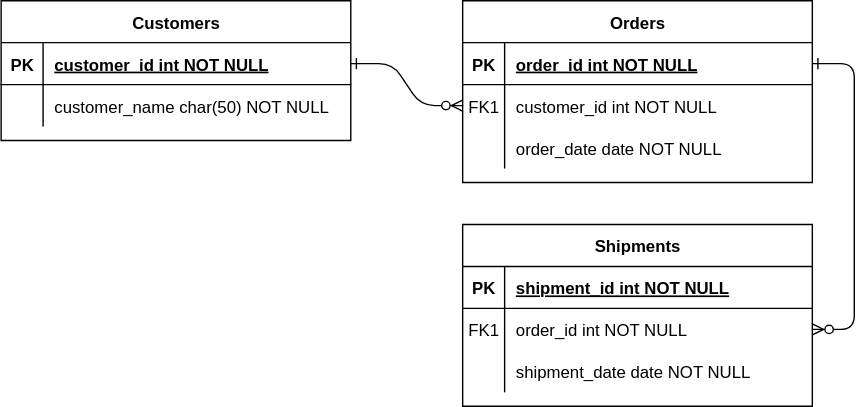
This is DB_diagram.drawio.svg from 5r6t/3D-printing-orders-manager, a draw.io export, as it was before one commit. Source tidied: cells renumbered, new cells last; positions are measured from the earlier drawing's top-left corner, leaving out a move shared by most shapes.
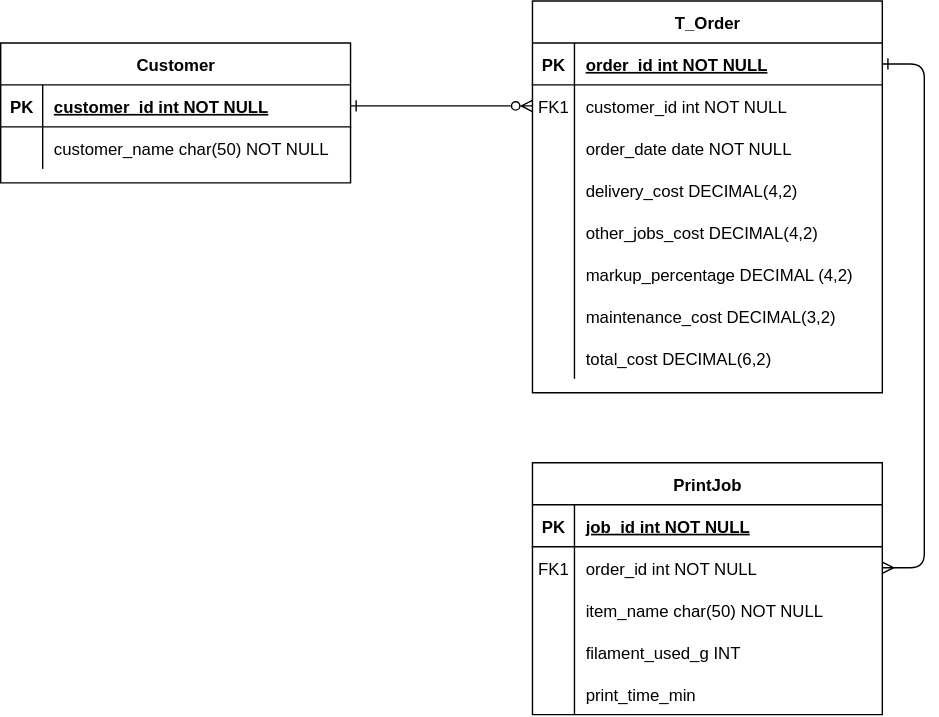
Above is the later version.

What changed in the source:
```diff
@@ -2,14 +2,14 @@
   <root>
     <mxCell id="0" />
     <mxCell id="1" parent="0" />
-    <mxCell id="2" style="edgeStyle=entityRelationEdgeStyle;endArrow=ERzeroToMany;startArrow=ERone;endFill=1;startFill=0;" parent="1" edge="1" source="25" target="8">
+    <mxCell id="2" style="edgeStyle=entityRelationEdgeStyle;endArrow=ERzeroToMany;startArrow=ERone;endFill=0;startFill=0;" parent="1" edge="1" source="25" target="8">
       <mxGeometry relative="1" as="geometry" />
     </mxCell>
-    <mxCell id="3" style="edgeStyle=entityRelationEdgeStyle;endArrow=ERzeroToMany;startArrow=ERone;endFill=1;startFill=0;" parent="1" edge="1" source="5" target="18">
+    <mxCell id="3" style="edgeStyle=entityRelationEdgeStyle;endArrow=ERmany;startArrow=ERone;endFill=0;startFill=0;" parent="1" edge="1" source="5" target="18">
       <mxGeometry relative="1" as="geometry" />
     </mxCell>
-    <mxCell id="4" value="Orders" style="shape=table;startSize=30;rowLines=0;fontStyle=1;align=center;" parent="1" vertex="1">
-      <mxGeometry x="330" width="250" height="130" as="geometry" />
+    <mxCell id="4" value="T_Order" style="shape=table;startSize=30;rowLines=0;fontStyle=1;align=center;" parent="1" vertex="1">
+      <mxGeometry x="320" y="-80" width="250" height="280" as="geometry" />
     </mxCell>
     <mxCell id="5" style="shape=partialRectangle;fillColor=none;points=[[0,0.5],[1,0.5]];portConstraint=eastwest;top=0;left=0;right=0;bottom=1;" parent="4" vertex="1">
       <mxGeometry y="30" width="250" height="30" as="geometry" />
@@ -38,8 +38,53 @@
     <mxCell id="13" value="order_date date NOT NULL" style="shape=partialRectangle;overflow=hidden;fillColor=none;top=0;left=0;bottom=0;right=0;align=left;spacingLeft=6;" parent="11" vertex="1">
       <mxGeometry x="30" width="220" height="30" as="geometry" />
     </mxCell>
+    <mxCell id="31" style="shape=partialRectangle;fillColor=none;top=0;left=0;right=0;bottom=0;" parent="4" vertex="1">
+      <mxGeometry y="120" width="250" height="30" as="geometry" />
+    </mxCell>
+    <mxCell id="32" style="shape=partialRectangle;overflow=hidden;fillColor=none;top=0;left=0;bottom=0;right=0;" parent="31" vertex="1">
+      <mxGeometry width="30" height="30" as="geometry" />
+    </mxCell>
+    <mxCell id="33" value="delivery_cost DECIMAL(4,2)" style="shape=partialRectangle;overflow=hidden;fillColor=none;top=0;left=0;bottom=0;right=0;align=left;spacingLeft=6;" parent="31" vertex="1">
+      <mxGeometry x="30" width="220" height="30" as="geometry" />
+    </mxCell>
+    <mxCell id="34" style="shape=partialRectangle;fillColor=none;top=0;left=0;right=0;bottom=0;" parent="4" vertex="1">
+      <mxGeometry y="150" width="250" height="30" as="geometry" />
+    </mxCell>
+    <mxCell id="35" style="shape=partialRectangle;overflow=hidden;fillColor=none;top=0;left=0;bottom=0;right=0;" parent="34" vertex="1">
+      <mxGeometry width="30" height="30" as="geometry" />
+    </mxCell>
+    <mxCell id="36" value="other_jobs_cost DECIMAL(4,2)" style="shape=partialRectangle;overflow=hidden;fillColor=none;top=0;left=0;bottom=0;right=0;align=left;spacingLeft=6;" parent="34" vertex="1">
+      <mxGeometry x="30" width="220" height="30" as="geometry" />
+    </mxCell>
+    <mxCell id="37" style="shape=partialRectangle;fillColor=none;top=0;left=0;right=0;bottom=0;" parent="4" vertex="1">
+      <mxGeometry y="180" width="250" height="30" as="geometry" />
+    </mxCell>
+    <mxCell id="38" style="shape=partialRectangle;overflow=hidden;fillColor=none;top=0;left=0;bottom=0;right=0;" parent="37" vertex="1">
+      <mxGeometry width="30" height="30" as="geometry" />
+    </mxCell>
+    <mxCell id="39" value="markup_percentage DECIMAL (4,2)" style="shape=partialRectangle;overflow=hidden;fillColor=none;top=0;left=0;bottom=0;right=0;align=left;spacingLeft=6;" parent="37" vertex="1">
+      <mxGeometry x="30" width="220" height="30" as="geometry" />
+    </mxCell>
+    <mxCell id="40" style="shape=partialRectangle;fillColor=none;top=0;left=0;right=0;bottom=0;" parent="4" vertex="1">
+      <mxGeometry y="210" width="250" height="30" as="geometry" />
+    </mxCell>
+    <mxCell id="41" style="shape=partialRectangle;overflow=hidden;fillColor=none;top=0;left=0;bottom=0;right=0;" parent="40" vertex="1">
+      <mxGeometry width="30" height="30" as="geometry" />
+    </mxCell>
+    <mxCell id="42" value="maintenance_cost DECIMAL(3,2)" style="shape=partialRectangle;overflow=hidden;fillColor=none;top=0;left=0;bottom=0;right=0;align=left;spacingLeft=6;" parent="40" vertex="1">
+      <mxGeometry x="30" width="220" height="30" as="geometry" />
+    </mxCell>
+    <mxCell id="43" style="shape=partialRectangle;fillColor=none;top=0;left=0;right=0;bottom=0;" parent="4" vertex="1">
+      <mxGeometry y="240" width="250" height="30" as="geometry" />
+    </mxCell>
+    <mxCell id="44" style="shape=partialRectangle;overflow=hidden;fillColor=none;top=0;left=0;bottom=0;right=0;" parent="43" vertex="1">
+      <mxGeometry width="30" height="30" as="geometry" />
+    </mxCell>
+    <mxCell id="45" value="total_cost DECIMAL(6,2)" style="shape=partialRectangle;overflow=hidden;fillColor=none;top=0;left=0;bottom=0;right=0;align=left;spacingLeft=6;" parent="43" vertex="1">
+      <mxGeometry x="30" width="220" height="30" as="geometry" />
+    </mxCell>
-    <mxCell id="14" value="Shipments" style="shape=table;startSize=30;rowLines=0;fontStyle=1;align=center;" parent="1" vertex="1">
-      <mxGeometry x="330" y="160" width="250" height="130" as="geometry" />
+    <mxCell id="14" value="PrintJob" style="shape=table;startSize=30;rowLines=0;fontStyle=1;align=center;" parent="1" vertex="1">
+      <mxGeometry x="320" y="250" width="250" height="180" as="geometry" />
     </mxCell>
     <mxCell id="15" style="shape=partialRectangle;fillColor=none;top=0;left=0;right=0;bottom=1;" parent="14" vertex="1">
       <mxGeometry y="30" width="250" height="30" as="geometry" />
@@ -47,7 +92,7 @@
     <mxCell id="16" value="PK" style="shape=partialRectangle;overflow=hidden;fillColor=none;top=0;left=0;bottom=0;right=0;fontStyle=1;" parent="15" vertex="1">
       <mxGeometry width="30" height="30" as="geometry" />
     </mxCell>
-    <mxCell id="17" value="shipment_id int NOT NULL " style="shape=partialRectangle;overflow=hidden;fillColor=none;top=0;left=0;bottom=0;right=0;align=left;spacingLeft=6;fontStyle=5;" parent="15" vertex="1">
+    <mxCell id="17" value="job_id int NOT NULL " style="shape=partialRectangle;overflow=hidden;fillColor=none;top=0;left=0;bottom=0;right=0;align=left;spacingLeft=6;fontStyle=5;" parent="15" vertex="1">
       <mxGeometry x="30" width="220" height="30" as="geometry" />
     </mxCell>
     <mxCell id="18" style="shape=partialRectangle;fillColor=none;points=[[0,0.5],[1,0.5]];portConstraint=eastwest;top=0;left=0;right=0;bottom=0;" parent="14" vertex="1">
@@ -62,14 +107,32 @@
     <mxCell id="21" style="shape=partialRectangle;fillColor=none;top=0;left=0;right=0;bottom=0;" parent="14" vertex="1">
       <mxGeometry y="90" width="250" height="30" as="geometry" />
     </mxCell>
-    <mxCell id="22" style="shape=partialRectangle;overflow=hidden;fillColor=none;top=0;left=0;bottom=0;right=0;" parent="21" vertex="1">
-      <mxGeometry width="30" height="30" as="geometry" />
-    </mxCell>
-    <mxCell id="23" value="shipment_date date NOT NULL" style="shape=partialRectangle;overflow=hidden;fillColor=none;top=0;left=0;bottom=0;right=0;align=left;spacingLeft=6;" parent="21" vertex="1">
-      <mxGeometry x="30" width="220" height="30" as="geometry" />
-    </mxCell>
+    <mxCell id="46" style="shape=partialRectangle;overflow=hidden;fillColor=none;top=0;left=0;bottom=0;right=0;" parent="21" vertex="1">
+      <mxGeometry width="30" height="30" as="geometry" />
+    </mxCell>
+    <mxCell id="47" value="item_name char(50) NOT NULL" style="shape=partialRectangle;overflow=hidden;fillColor=none;top=0;left=0;bottom=0;right=0;align=left;spacingLeft=6;" parent="21" vertex="1">
+      <mxGeometry x="30" width="220" height="30" as="geometry" />
+    </mxCell>
+    <mxCell id="48" style="shape=partialRectangle;fillColor=none;top=0;left=0;right=0;bottom=0;" parent="14" vertex="1">
+      <mxGeometry y="120" width="250" height="30" as="geometry" />
+    </mxCell>
+    <mxCell id="49" style="shape=partialRectangle;overflow=hidden;fillColor=none;top=0;left=0;bottom=0;right=0;" parent="48" vertex="1">
+      <mxGeometry width="30" height="30" as="geometry" />
+    </mxCell>
+    <mxCell id="50" value="filament_used_g INT" style="shape=partialRectangle;overflow=hidden;fillColor=none;top=0;left=0;bottom=0;right=0;align=left;spacingLeft=6;" parent="48" vertex="1">
+      <mxGeometry x="30" width="220" height="30" as="geometry" />
+    </mxCell>
+    <mxCell id="51" style="shape=partialRectangle;fillColor=none;top=0;left=0;right=0;bottom=0;" parent="14" vertex="1">
+      <mxGeometry y="150" width="250" height="30" as="geometry" />
+    </mxCell>
+    <mxCell id="52" style="shape=partialRectangle;overflow=hidden;fillColor=none;top=0;left=0;bottom=0;right=0;" parent="51" vertex="1">
+      <mxGeometry width="30" height="30" as="geometry" />
+    </mxCell>
+    <mxCell id="53" value="print_time_min" style="shape=partialRectangle;overflow=hidden;fillColor=none;top=0;left=0;bottom=0;right=0;align=left;spacingLeft=6;" parent="51" vertex="1">
+      <mxGeometry x="30" width="220" height="30" as="geometry" />
+    </mxCell>
-    <mxCell id="24" value="Customers" style="shape=table;startSize=30;rowLines=0;fontStyle=1;align=center;" parent="1" vertex="1">
-      <mxGeometry width="250" height="100" as="geometry" />
+    <mxCell id="24" value="Customer" style="shape=table;startSize=30;rowLines=0;fontStyle=1;align=center;" parent="1" vertex="1">
+      <mxGeometry x="-60" y="-50" width="250" height="100" as="geometry" />
     </mxCell>
     <mxCell id="25" style="shape=partialRectangle;fillColor=none;points=[[0,0.5],[1,0.5]];portConstraint=eastwest;top=0;left=0;right=0;bottom=1;" parent="24" vertex="1">
       <mxGeometry y="30" width="250" height="30" as="geometry" />
@@ -89,5 +152,8 @@
     <mxCell id="30" value="customer_name char(50) NOT NULL" style="shape=partialRectangle;overflow=hidden;fillColor=none;top=0;left=0;bottom=0;right=0;align=left;spacingLeft=6;" parent="28" vertex="1">
       <mxGeometry x="30" width="220" height="30" as="geometry" />
     </mxCell>
+    <mxCell id="54" value="&amp;nbsp;" style="text;whiteSpace=wrap;html=1;" parent="1" vertex="1">
+      <mxGeometry x="340" y="220" width="40" height="40" as="geometry" />
+    </mxCell>
   </root>
 </mxGraphModel>
```
